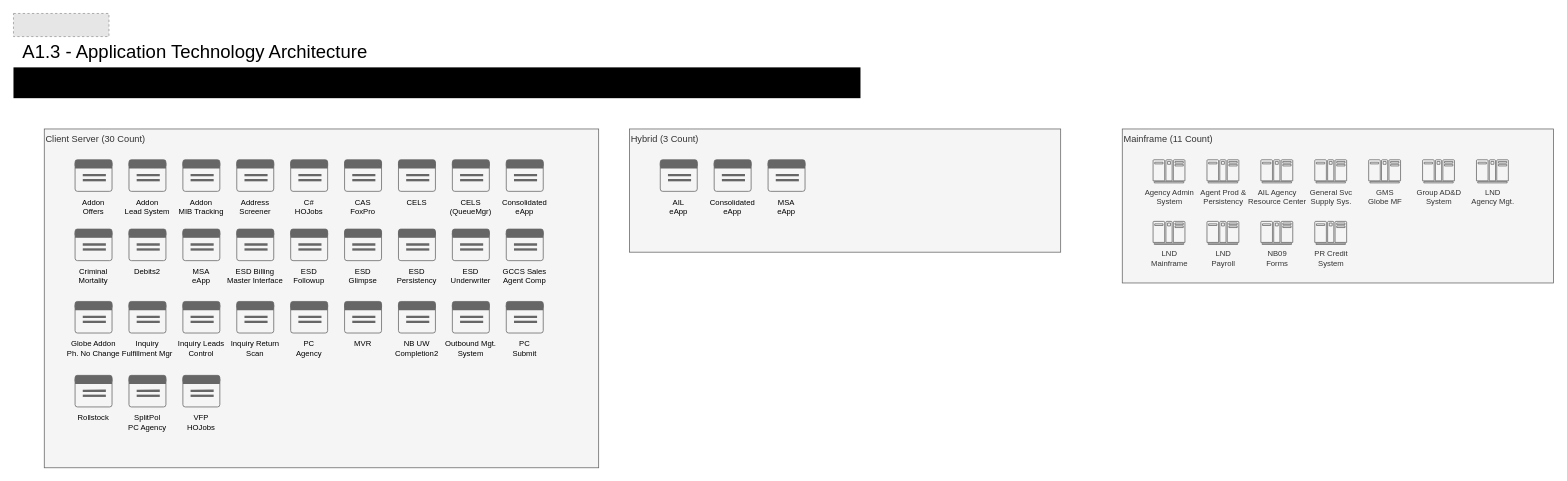
Before: page "A1.3 - Acquisition" (6 of 10) of A1.2_ApplicationReferenceModel.drawio in darrellcbrown/architecture-diagrams, a draw.io diagram. Source tidied: cells renumbered, new cells numbered last; positions are measured from the earlier drawing's top-left corner, leaving out a move shared by most shapes. Both pictures are drawn from the tidied source at 77%, with x=0, y=0 at pixel (13, 13). Pictures stored in the file or linked from it are replaced by grey dashed boxes.
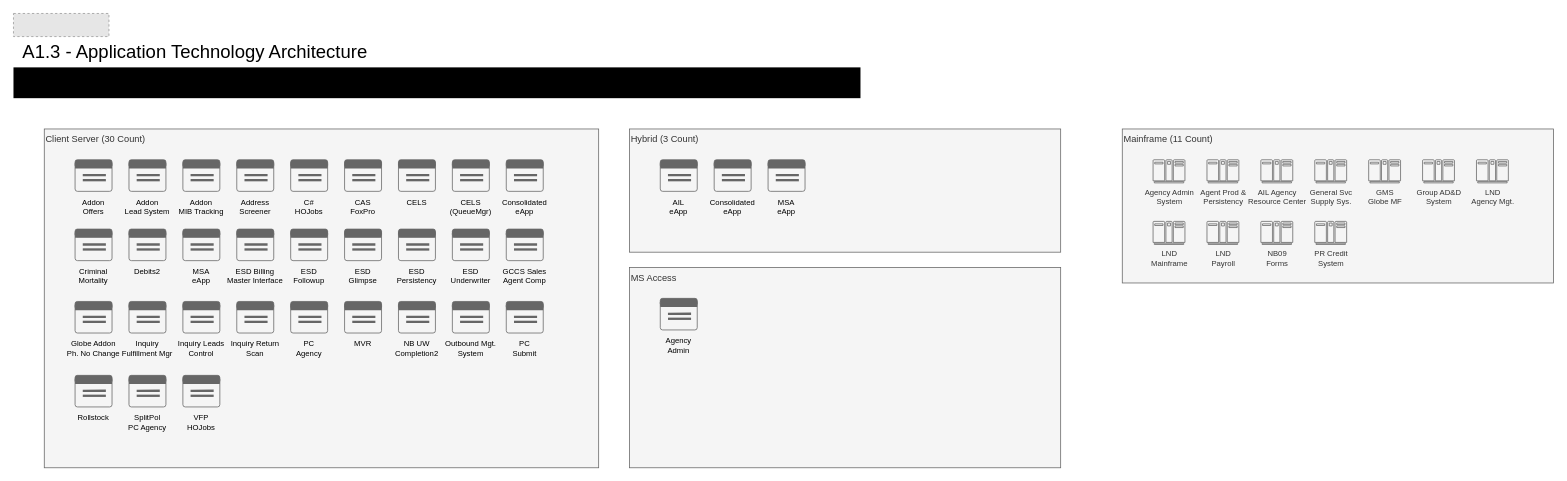
The same page after the edit.

The edit, as a diff of the source:
```diff
@@
+    <mxCell id="218" value="MS Access" style="rounded=1;whiteSpace=wrap;html=1;fillColor=#f5f5f5;fontColor=#333333;strokeColor=#666666;arcSize=0;verticalAlign=top;align=left;" parent="5" vertex="1">
+      <mxGeometry x="800" y="330" width="560" height="260" as="geometry" />
+    </mxCell>
+    <mxCell id="219" value="Agency&#10;Admin" style="group;verticalAlign=bottom;spacingBottom=-35;fontSize=10;" parent="5" vertex="1">
+      <mxGeometry x="840" y="370" width="48" height="41" as="geometry" />
+    </mxCell>
+    <mxCell id="220" style="rounded=1;whiteSpace=wrap;html=1;fillColor=#f5f5f5;fontColor=#333333;strokeColor=#666666;arcSize=8;" parent="219" vertex="1">
+      <mxGeometry y="2" width="48" height="39" as="geometry" />
+    </mxCell>
+    <mxCell id="221" style="rounded=1;whiteSpace=wrap;html=1;fillColor=#666666;fontColor=#333333;strokeColor=#666666;arcSize=29;" parent="219" vertex="1">
+      <mxGeometry width="48" height="10" as="geometry" />
+    </mxCell>
+    <mxCell id="222" style="endArrow=none;html=1;rounded=0;entryX=1;entryY=0.25;entryDx=0;entryDy=0;exitX=0;exitY=0.25;exitDx=0;exitDy=0;strokeWidth=3;strokeColor=#666666;" parent="219" edge="1">
+      <mxGeometry relative="1" as="geometry">
+        <mxPoint y="9.8" as="sourcePoint" />
+        <mxPoint x="48" y="9.8" as="targetPoint" />
+      </mxGeometry>
+    </mxCell>
+    <mxCell id="223" style="endArrow=none;html=1;rounded=0;exitX=0.208;exitY=0.462;exitDx=0;exitDy=0;strokeWidth=3;strokeColor=#666666;exitPerimeter=0;" parent="219" edge="1" source="220">
+      <mxGeometry relative="1" as="geometry">
+        <mxPoint x="40" y="20" as="targetPoint" />
+      </mxGeometry>
+    </mxCell>
+    <mxCell id="224" style="endArrow=none;html=1;rounded=0;exitX=0.208;exitY=0.462;exitDx=0;exitDy=0;strokeWidth=3;strokeColor=#666666;exitPerimeter=0;" parent="219" edge="1">
+      <mxGeometry relative="1" as="geometry">
+        <mxPoint x="10" y="26.5" as="sourcePoint" />
+        <mxPoint x="40" y="26.5" as="targetPoint" />
+      </mxGeometry>
+    </mxCell>
```
